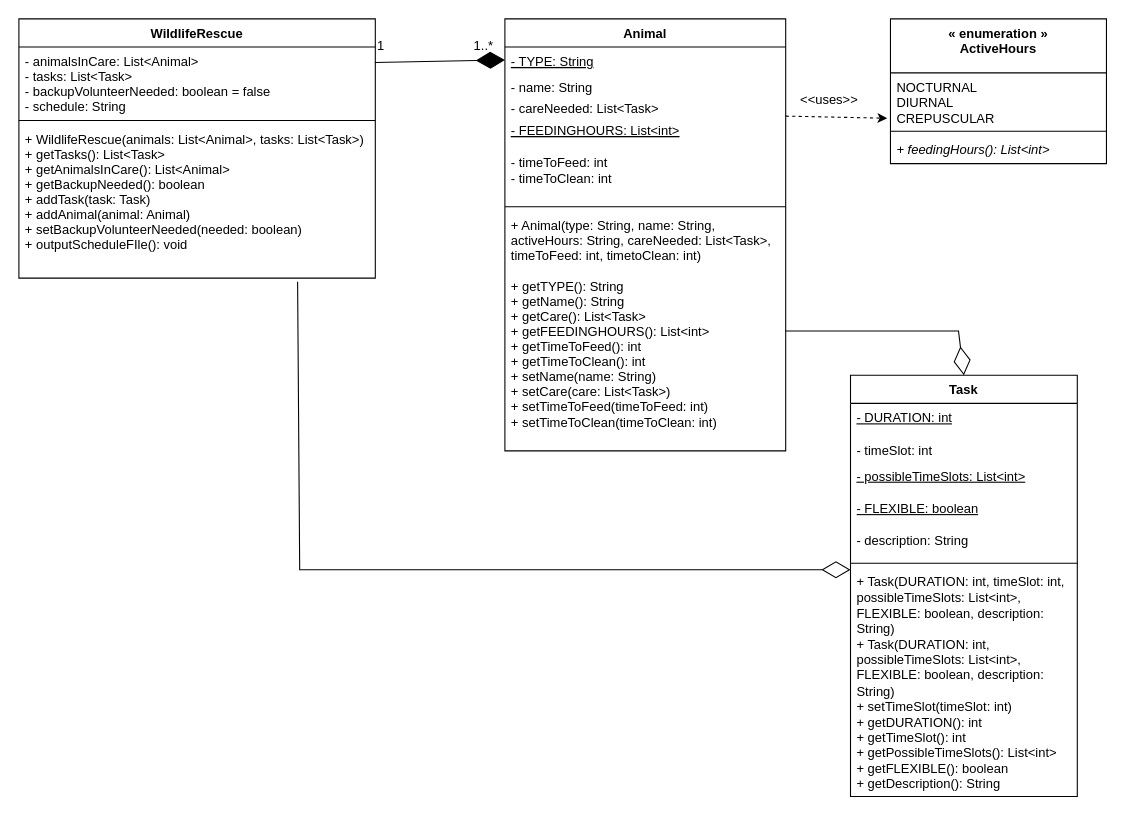
Above: 64.drawio in aryan-karadia/Mock-Schedule-Builder (draw.io), before the change. Source tidied: cells renumbered, new cells numbered last; positions are measured from the earlier drawing's top-left corner, leaving out a move shared by most shapes. Both pictures are drawn from the tidied source at 108%, with x=0, y=0 at pixel (18, 18).
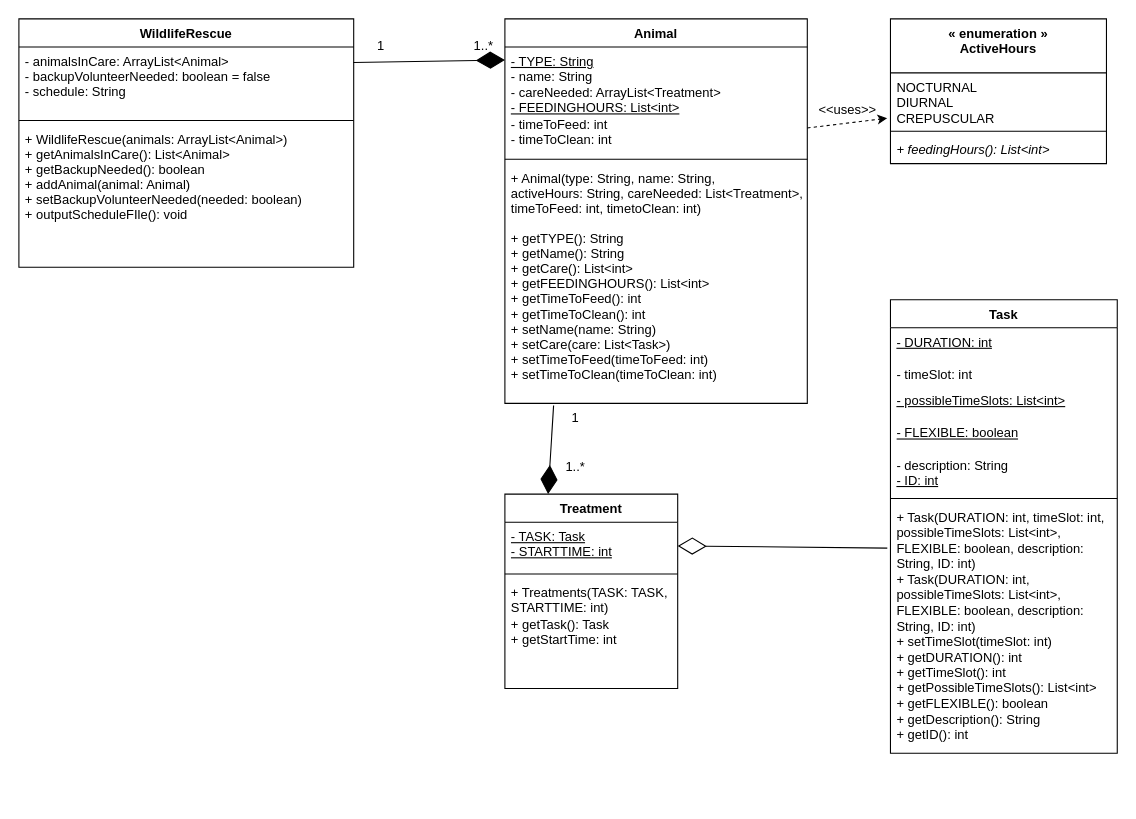
After the change.

Commit message:
Implemented Treatment Class

Unchanged cells that the change refers to:
```xml
<mxCell id="15" value="NOCTURNAL&lt;br&gt;DIURNAL&lt;br&gt;CREPUSCULAR" style="text;strokeColor=none;fillColor=none;align=left;verticalAlign=top;spacingLeft=4;spacingRight=4;overflow=hidden;points=[[0,0.5],[1,0.5]];portConstraint=eastwest;whiteSpace=wrap;html=1;" parent="14" vertex="1">
  <mxGeometry y="50" width="200" height="50" as="geometry" />
</mxCell>
```

The edit, as a diff of the source:
```diff
@@
     <mxCell id="2" value="WildlifeRescue" style="swimlane;fontStyle=1;align=center;verticalAlign=top;horizontal=1;startSize=26;" parent="1" vertex="1">
-      <mxGeometry width="330" height="240" as="geometry" />
+      <mxGeometry width="310" height="230" as="geometry" />
     </mxCell>
-    <mxCell id="3" value="- animalsInCare: List&lt;Animal&gt;&#10;- tasks: List&lt;Task&gt;&#10;- backupVolunteerNeeded: boolean = false&#10;- schedule: String" style="text;strokeColor=none;fillColor=none;align=left;verticalAlign=top;spacingLeft=4;spacingRight=4;overflow=hidden;points=[[0,0.5],[1,0.5]];portConstraint=eastwest;" parent="2" vertex="1">
-      <mxGeometry y="26" width="330" height="64" as="geometry" />
+    <mxCell id="3" value="- animalsInCare: ArrayList&lt;Animal&gt;&#10;- backupVolunteerNeeded: boolean = false&#10;- schedule: String" style="text;strokeColor=none;fillColor=none;align=left;verticalAlign=top;spacingLeft=4;spacingRight=4;overflow=hidden;points=[[0,0.5],[1,0.5]];portConstraint=eastwest;" parent="2" vertex="1">
+      <mxGeometry y="26" width="310" height="64" as="geometry" />
     </mxCell>
     <mxCell id="4" style="line;strokeWidth=1;fillColor=none;align=left;verticalAlign=middle;spacingTop=-1;spacingLeft=3;spacingRight=3;labelPosition=right;strokeColor=inherit;" parent="2" vertex="1">
-      <mxGeometry y="90" width="330" height="8" as="geometry" />
+      <mxGeometry y="90" width="310" height="8" as="geometry" />
     </mxCell>
-    <mxCell id="5" value="+ WildlifeRescue(animals: List&lt;Animal&gt;, tasks: List&lt;Task&gt;)&#10;+ getTasks(): List&lt;Task&gt;&#10;+ getAnimalsInCare(): List&lt;Animal&gt;&#10;+ getBackupNeeded(): boolean&#10;+ addTask(task: Task)&#10;+ addAnimal(animal: Animal)&#10;+ setBackupVolunteerNeeded(needed: boolean)&#10;+ outputScheduleFIle(): void" style="text;strokeColor=none;fillColor=none;align=left;verticalAlign=top;spacingLeft=4;spacingRight=4;overflow=hidden;points=[[0,0.5],[1,0.5]];portConstraint=eastwest;" parent="2" vertex="1">
-      <mxGeometry y="98" width="330" height="142" as="geometry" />
+    <mxCell id="5" value="+ WildlifeRescue(animals: ArrayList&lt;Animal&gt;)&#10;+ getAnimalsInCare(): List&lt;Animal&gt;&#10;+ getBackupNeeded(): boolean&#10;+ addAnimal(animal: Animal)&#10;+ setBackupVolunteerNeeded(needed: boolean)&#10;+ outputScheduleFIle(): void" style="text;strokeColor=none;fillColor=none;align=left;verticalAlign=top;spacingLeft=4;spacingRight=4;overflow=hidden;points=[[0,0.5],[1,0.5]];portConstraint=eastwest;" parent="2" vertex="1">
+      <mxGeometry y="98" width="310" height="132" as="geometry" />
     </mxCell>
     <mxCell id="6" value="Animal" style="swimlane;fontStyle=1;align=center;verticalAlign=top;horizontal=1;startSize=26;" parent="1" vertex="1">
-      <mxGeometry x="450" width="260" height="400" as="geometry" />
+      <mxGeometry x="450" width="280" height="356" as="geometry" />
     </mxCell>
-    <mxCell id="7" value="- TYPE: String" style="text;strokeColor=none;fillColor=none;align=left;verticalAlign=top;spacingLeft=4;spacingRight=4;overflow=hidden;points=[[0,0.5],[1,0.5]];portConstraint=eastwest;fontStyle=4;" parent="6" vertex="1">
-      <mxGeometry y="26" width="260" height="24" as="geometry" />
-    </mxCell>
-    <mxCell id="8" value="- name: String" style="text;strokeColor=none;fillColor=none;align=left;verticalAlign=top;spacingLeft=4;spacingRight=4;overflow=hidden;fontStyle=0;" parent="6" vertex="1">
-      <mxGeometry y="50" width="260" height="20" as="geometry" />
-    </mxCell>
-    <mxCell id="9" value="&lt;span style=&quot;font-family: Helvetica; font-size: 12px; font-style: normal; font-variant-ligatures: normal; font-variant-caps: normal; font-weight: 400; letter-spacing: normal; orphans: 2; text-align: left; text-indent: 0px; text-transform: none; widows: 2; word-spacing: 0px; -webkit-text-stroke-width: 0px; text-decoration-thickness: initial; text-decoration-style: initial; text-decoration-color: initial; float: none; display: inline !important;&quot;&gt;- careNeeded: List&amp;lt;Task&amp;gt;&lt;/span&gt;" style="text;whiteSpace=wrap;html=1;fontColor=default;spacingLeft=4;spacingRight=4;fontStyle=0;" parent="6" vertex="1">
-      <mxGeometry y="70" width="260" height="20" as="geometry" />
-    </mxCell>
-    <mxCell id="10" value="&lt;span style=&quot;font-family: Helvetica; font-size: 12px; font-style: normal; font-variant-ligatures: normal; font-variant-caps: normal; font-weight: 400; letter-spacing: normal; orphans: 2; text-align: left; text-indent: 0px; text-transform: none; widows: 2; word-spacing: 0px; -webkit-text-stroke-width: 0px; text-decoration-thickness: initial; text-decoration-style: initial; text-decoration-color: initial; float: none; display: inline !important;&quot;&gt;&lt;u&gt;- FEEDINGHOURS: List&amp;lt;int&amp;gt;&lt;/u&gt;&lt;/span&gt;" style="text;whiteSpace=wrap;html=1;labelBackgroundColor=none;fontColor=default;spacingLeft=4;spacingRight=4;fontStyle=4;" parent="6" vertex="1">
-      <mxGeometry y="90" width="260" height="30" as="geometry" />
-    </mxCell>
-    <mxCell id="11" value="&lt;span style=&quot;font-family: Helvetica; font-size: 12px; font-style: normal; font-variant-ligatures: normal; font-variant-caps: normal; font-weight: 400; letter-spacing: normal; orphans: 2; text-align: left; text-indent: 0px; text-transform: none; widows: 2; word-spacing: 0px; -webkit-text-stroke-width: 0px; text-decoration-thickness: initial; text-decoration-style: initial; text-decoration-color: initial; float: none; display: inline !important;&quot;&gt;- timeToFeed: int&lt;br&gt;- timeToClean: int&amp;nbsp;&lt;/span&gt;" style="text;whiteSpace=wrap;html=1;labelBackgroundColor=none;fontColor=default;spacingLeft=4;spacingRight=4;fontStyle=0;" parent="6" vertex="1">
-      <mxGeometry y="120" width="260" height="50" as="geometry" />
+    <mxCell id="11" value="&lt;span style=&quot;font-family: Helvetica; font-size: 12px; font-style: normal; font-variant-ligatures: normal; font-variant-caps: normal; font-weight: 400; letter-spacing: normal; orphans: 2; text-align: left; text-indent: 0px; text-transform: none; widows: 2; word-spacing: 0px; -webkit-text-stroke-width: 0px; text-decoration-thickness: initial; text-decoration-style: initial; text-decoration-color: initial; float: none; display: inline !important;&quot;&gt;&lt;u&gt;- TYPE: String&lt;br&gt;&lt;/u&gt;- name: String&lt;br&gt;- careNeeded: ArrayList&amp;lt;Treatment&amp;gt;&lt;br&gt;&lt;u&gt;- FEEDINGHOURS: List&amp;lt;int&amp;gt;&lt;/u&gt;&lt;br&gt;- timeToFeed: int&lt;br&gt;- timeToClean: int&amp;nbsp;&lt;/span&gt;" style="text;whiteSpace=wrap;html=1;labelBackgroundColor=none;fontColor=default;spacingLeft=4;spacingRight=4;fontStyle=0;" parent="6" vertex="1">
+      <mxGeometry y="26" width="280" height="100" as="geometry" />
     </mxCell>
     <mxCell id="12" style="line;strokeWidth=1;fillColor=none;align=left;verticalAlign=middle;spacingTop=-1;spacingLeft=3;spacingRight=3;labelPosition=right;strokeColor=inherit;" parent="6" vertex="1">
-      <mxGeometry y="170" width="260" height="8" as="geometry" />
+      <mxGeometry y="126" width="280" height="8" as="geometry" />
     </mxCell>
-    <mxCell id="13" value="+ Animal(type: String, name: String, &#10;activeHours: String, careNeeded: List&lt;Task&gt;, &#10;timeToFeed: int, timetoClean: int)&#10;&#10;+ getTYPE(): String&#10;+ getName(): String&#10;+ getCare(): List&lt;Task&gt;&#10;+ getFEEDINGHOURS(): List&lt;int&gt;&#10;+ getTimeToFeed(): int&#10;+ getTimeToClean(): int&#10;+ setName(name: String)&#10;+ setCare(care: List&lt;Task&gt;)&#10;+ setTimeToFeed(timeToFeed: int)&#10;+ setTimeToClean(timeToClean: int)&#10;&#10;" style="text;strokeColor=none;fillColor=none;align=left;verticalAlign=top;spacingLeft=4;spacingRight=4;overflow=hidden;points=[[0,0.5],[1,0.5]];portConstraint=eastwest;" parent="6" vertex="1">
-      <mxGeometry y="178" width="260" height="222" as="geometry" />
+    <mxCell id="13" value="+ Animal(type: String, name: String, &#10;activeHours: String, careNeeded: List&lt;Treatment&gt;, &#10;timeToFeed: int, timetoClean: int)&#10;&#10;+ getTYPE(): String&#10;+ getName(): String&#10;+ getCare(): List&lt;int&gt;&#10;+ getFEEDINGHOURS(): List&lt;int&gt;&#10;+ getTimeToFeed(): int&#10;+ getTimeToClean(): int&#10;+ setName(name: String)&#10;+ setCare(care: List&lt;Task&gt;)&#10;+ setTimeToFeed(timeToFeed: int)&#10;+ setTimeToClean(timeToClean: int)&#10;&#10;" style="text;strokeColor=none;fillColor=none;align=left;verticalAlign=top;spacingLeft=4;spacingRight=4;overflow=hidden;points=[[0,0.5],[1,0.5]];portConstraint=eastwest;" parent="6" vertex="1">
+      <mxGeometry y="134" width="280" height="222" as="geometry" />
     </mxCell>
@@
-    <mxCell id="18" style="endArrow=diamondThin;endFill=1;endSize=24;html=1;rounded=0;exitX=0.999;exitY=0.225;exitDx=0;exitDy=0;exitPerimeter=0;entryX=0;entryY=0.5;entryDx=0;entryDy=0;" parent="1" edge="1" source="3" target="7">
-      <mxGeometry relative="1" as="geometry" />
+    <mxCell id="18" style="endArrow=diamondThin;endFill=1;endSize=24;html=1;rounded=0;exitX=0.999;exitY=0.225;exitDx=0;exitDy=0;exitPerimeter=0;entryX=0;entryY=0.5;entryDx=0;entryDy=0;" parent="1" edge="1" source="3">
+      <mxGeometry relative="1" as="geometry">
+        <mxPoint x="450" y="38" as="targetPoint" />
+      </mxGeometry>
     </mxCell>
     <mxCell id="19" value="Task" style="swimlane;fontStyle=1;align=center;verticalAlign=top;horizontal=1;startSize=26;whiteSpace=wrap;html=1;" parent="1" vertex="1">
-      <mxGeometry x="770" y="330" width="210" height="390" as="geometry" />
+      <mxGeometry x="807" y="260" width="210" height="420" as="geometry" />
     </mxCell>
@@
-    <mxCell id="24" value="- description: String" style="text;html=1;strokeColor=none;fillColor=none;align=left;verticalAlign=top;whiteSpace=wrap;rounded=0;spacingLeft=4;spacingRight=4;" parent="19" vertex="1">
-      <mxGeometry y="140" width="210" height="30" as="geometry" />
+    <mxCell id="24" value="- description: String&lt;br&gt;&lt;u&gt;- ID: int&lt;/u&gt;" style="text;html=1;strokeColor=none;fillColor=none;align=left;verticalAlign=top;whiteSpace=wrap;rounded=0;spacingLeft=4;spacingRight=4;" parent="19" vertex="1">
+      <mxGeometry y="140" width="210" height="40" as="geometry" />
     </mxCell>
     <mxCell id="25" style="line;strokeWidth=1;fillColor=none;align=left;verticalAlign=middle;spacingTop=-1;spacingLeft=3;spacingRight=3;labelPosition=right;strokeColor=inherit;" parent="19" vertex="1">
-      <mxGeometry y="170" width="210" height="8" as="geometry" />
+      <mxGeometry y="180" width="210" height="8" as="geometry" />
     </mxCell>
-    <mxCell id="26" value="+ Task(DURATION: int, timeSlot: int, possibleTimeSlots: List&amp;lt;int&amp;gt;, FLEXIBLE: boolean, description: String)&lt;br&gt;+ Task(DURATION: int, possibleTimeSlots: List&amp;lt;int&amp;gt;, FLEXIBLE: boolean, description: String)&lt;br&gt;+ setTimeSlot(timeSlot: int)&lt;br&gt;+ getDURATION(): int&lt;br&gt;+ getTimeSlot(): int&lt;br&gt;+ getPossibleTimeSlots(): List&amp;lt;int&amp;gt;&lt;br&gt;+ getFLEXIBLE(): boolean&lt;br&gt;+ getDescription(): String" style="text;strokeColor=none;fillColor=none;align=left;verticalAlign=top;spacingLeft=4;spacingRight=4;overflow=hidden;points=[[0,0.5],[1,0.5]];portConstraint=eastwest;whiteSpace=wrap;html=1;" parent="19" vertex="1">
-      <mxGeometry y="178" width="210" height="212" as="geometry" />
+    <mxCell id="26" value="+ Task(DURATION: int, timeSlot: int, possibleTimeSlots: List&amp;lt;int&amp;gt;, FLEXIBLE: boolean, description: String, ID: int)&lt;br&gt;+ Task(DURATION: int, possibleTimeSlots: List&amp;lt;int&amp;gt;, FLEXIBLE: boolean, description: String, ID: int)&lt;br&gt;+ setTimeSlot(timeSlot: int)&lt;br&gt;+ getDURATION(): int&lt;br&gt;+ getTimeSlot(): int&lt;br&gt;+ getPossibleTimeSlots(): List&amp;lt;int&amp;gt;&lt;br&gt;+ getFLEXIBLE(): boolean&lt;br&gt;+ getDescription(): String&lt;br&gt;+ getID(): int" style="text;strokeColor=none;fillColor=none;align=left;verticalAlign=top;spacingLeft=4;spacingRight=4;overflow=hidden;points=[[0,0.5],[1,0.5]];portConstraint=eastwest;whiteSpace=wrap;html=1;" parent="19" vertex="1">
+      <mxGeometry y="188" width="210" height="232" as="geometry" />
     </mxCell>
-    <mxCell id="27" style="endArrow=diamondThin;endFill=0;endSize=24;html=1;rounded=0;entryX=0.5;entryY=0;entryDx=0;entryDy=0;exitX=1;exitY=0.5;exitDx=0;exitDy=0;" parent="1" edge="1" source="13" target="19">
-      <mxGeometry relative="1" as="geometry">
-        <Array as="points">
-          <mxPoint x="870" y="289" />
-        </Array>
-      </mxGeometry>
-    </mxCell>
@@
-    <mxCell id="30" style="endArrow=diamondThin;endFill=0;endSize=24;html=1;rounded=0;exitX=0.782;exitY=1.024;exitDx=0;exitDy=0;exitPerimeter=0;" parent="1" edge="1" source="5">
-      <mxGeometry relative="1" as="geometry">
-        <mxPoint x="770" y="510" as="targetPoint" />
-        <Array as="points">
-          <mxPoint x="260" y="510" />
-        </Array>
-      </mxGeometry>
-    </mxCell>
-    <mxCell id="31" style="html=1;labelBackgroundColor=#ffffff;startArrow=none;startFill=0;startSize=6;endArrow=classic;endFill=1;endSize=6;jettySize=auto;strokeWidth=1;dashed=1;fontSize=14;rounded=0;exitX=1;exitY=0;exitDx=0;exitDy=0;entryX=-0.015;entryY=0.84;entryDx=0;entryDy=0;entryPerimeter=0;" parent="1" edge="1" source="10" target="15">
+    <mxCell id="31" style="html=1;labelBackgroundColor=#ffffff;startArrow=none;startFill=0;startSize=6;endArrow=classic;endFill=1;endSize=6;jettySize=auto;strokeWidth=1;dashed=1;fontSize=14;rounded=0;exitX=1;exitY=0.75;exitDx=0;exitDy=0;entryX=-0.015;entryY=0.84;entryDx=0;entryDy=0;entryPerimeter=0;" parent="1" edge="1" source="11" target="15">
       <mxGeometry relative="1" as="geometry" />
     </mxCell>
     <mxCell id="32" value="&amp;lt;&amp;lt;uses&amp;gt;&amp;gt;" style="text;html=1;align=center;verticalAlign=middle;strokeColor=none;fillColor=none;" parent="1" vertex="1">
-      <mxGeometry x="710" y="60" width="80" height="30" as="geometry" />
+      <mxGeometry x="727" y="70" width="80" height="30" as="geometry" />
     </mxCell>
+    <mxCell id="33" value="Treatment" style="swimlane;fontStyle=1;align=center;verticalAlign=top;horizontal=1;startSize=26;whiteSpace=wrap;html=1;" parent="1" vertex="1">
+      <mxGeometry x="450" y="440" width="160" height="180" as="geometry" />
+    </mxCell>
+    <mxCell id="34" value="&lt;u&gt;- TASK: Task&lt;br&gt;- STARTTIME: int&lt;/u&gt;" style="text;strokeColor=none;fillColor=none;align=left;verticalAlign=top;spacingLeft=4;spacingRight=4;overflow=hidden;points=[[0,0.5],[1,0.5]];portConstraint=eastwest;whiteSpace=wrap;html=1;" parent="33" vertex="1">
+      <mxGeometry y="26" width="160" height="44" as="geometry" />
+    </mxCell>
+    <mxCell id="35" style="line;strokeWidth=1;fillColor=none;align=left;verticalAlign=middle;spacingTop=-1;spacingLeft=3;spacingRight=3;labelPosition=right;strokeColor=inherit;" parent="33" vertex="1">
+      <mxGeometry y="70" width="160" height="8" as="geometry" />
+    </mxCell>
+    <mxCell id="36" value="+ Treatments(TASK: TASK, STARTTIME: int)&lt;br&gt;+ getTask(): Task&lt;br&gt;+ getStartTime: int" style="text;strokeColor=none;fillColor=none;align=left;verticalAlign=top;spacingLeft=4;spacingRight=4;overflow=hidden;whiteSpace=wrap;html=1;" parent="33" vertex="1">
+      <mxGeometry y="78" width="160" height="102" as="geometry" />
+    </mxCell>
+    <mxCell id="37" style="endArrow=diamondThin;endFill=1;endSize=24;html=1;rounded=0;exitX=0.161;exitY=1.009;exitDx=0;exitDy=0;exitPerimeter=0;entryX=0.25;entryY=0;entryDx=0;entryDy=0;" parent="1" edge="1" source="13" target="33">
+      <mxGeometry relative="1" as="geometry" />
+    </mxCell>
+    <mxCell id="38" value="1" style="text;html=1;align=center;verticalAlign=middle;strokeColor=none;fillColor=none;" parent="1" vertex="1">
+      <mxGeometry x="500" y="355" width="30" height="30" as="geometry" />
+    </mxCell>
+    <mxCell id="39" value="1..*" style="text;html=1;align=center;verticalAlign=middle;strokeColor=none;fillColor=none;" parent="1" vertex="1">
+      <mxGeometry x="495" y="400" width="40" height="30" as="geometry" />
+    </mxCell>
+    <mxCell id="40" style="endArrow=diamondThin;endFill=0;endSize=24;html=1;rounded=0;entryX=1;entryY=0.5;entryDx=0;entryDy=0;exitX=-0.014;exitY=0.181;exitDx=0;exitDy=0;exitPerimeter=0;" parent="1" edge="1" source="26" target="34">
+      <mxGeometry relative="1" as="geometry" />
+    </mxCell>
```
